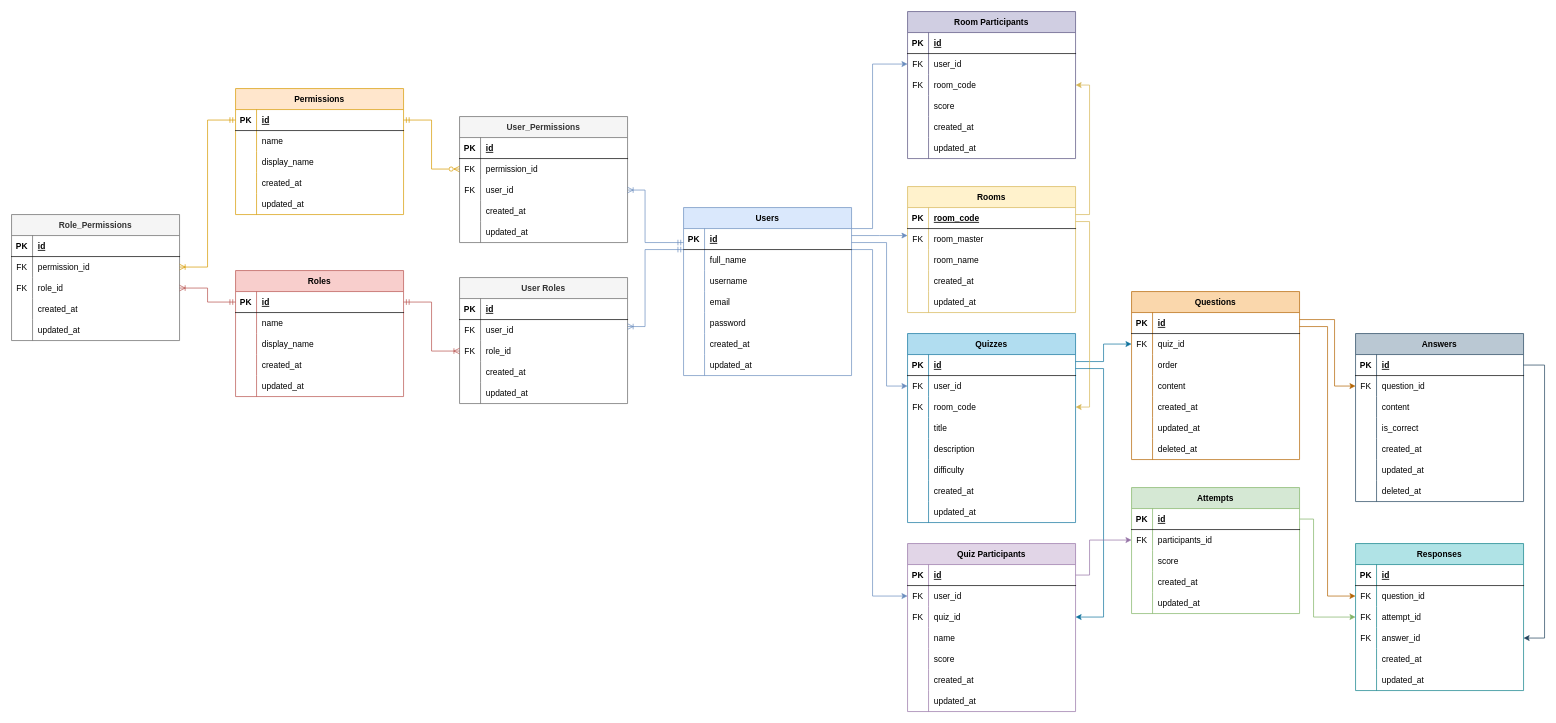
Before: databases/erd.drawio in DzakiyDzakwan/Quiz-Application-API, a draw.io diagram. Source tidied: cells renumbered, new cells numbered last; positions are measured from the earlier drawing's top-left corner, leaving out a move shared by most shapes. Both pictures are drawn from the tidied source at 70%, with x=0, y=0 at pixel (11, 11).
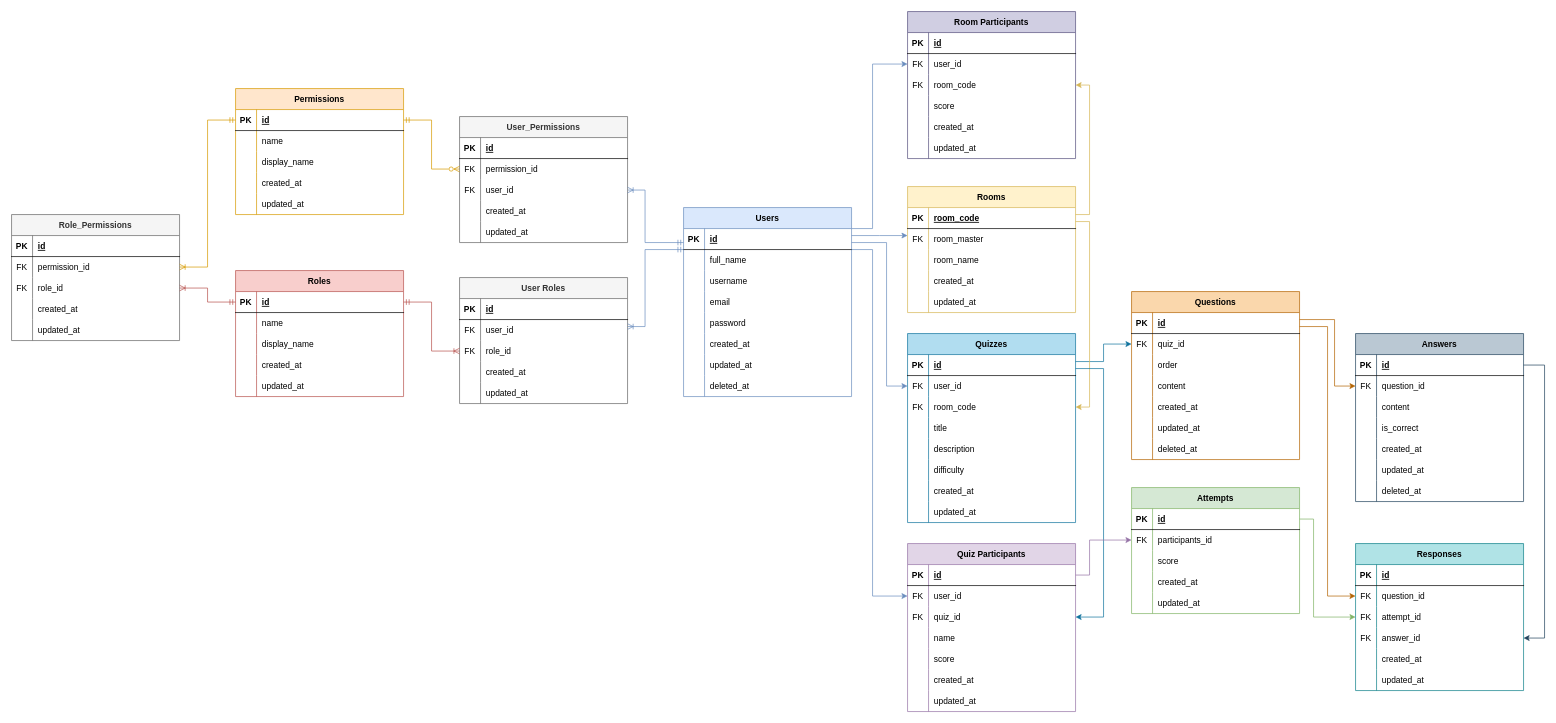
The same diagram, later.

The edit, as a diff of the source:
```diff
@@
     <mxCell id="2" value="Users" style="shape=table;startSize=30;childLayout=tableLayout;rowLines=0;fontStyle=1;align=center;fillColor=#dae8fc;strokeColor=#6c8ebf;" parent="1" vertex="1">
-      <mxGeometry x="960" y="280" width="240" height="240" as="geometry" />
+      <mxGeometry x="960" y="280" width="240" height="270" as="geometry" />
     </mxCell>
@@
+    <mxCell id="284" style="shape=partialRectangle;fillColor=none;top=0;left=0;right=0;bottom=0;" parent="2" vertex="1">
+      <mxGeometry y="240" width="240" height="30" as="geometry" />
+    </mxCell>
+    <mxCell id="285" style="shape=partialRectangle;overflow=hidden;fillColor=none;top=0;left=0;bottom=0;right=0;" parent="284" vertex="1">
+      <mxGeometry width="30" height="30" as="geometry" />
+    </mxCell>
+    <mxCell id="286" value="deleted_at" style="shape=partialRectangle;overflow=hidden;fillColor=none;top=0;left=0;bottom=0;right=0;align=left;spacingLeft=6;" parent="284" vertex="1">
+      <mxGeometry x="30" width="210" height="30" as="geometry" />
+    </mxCell>
```
